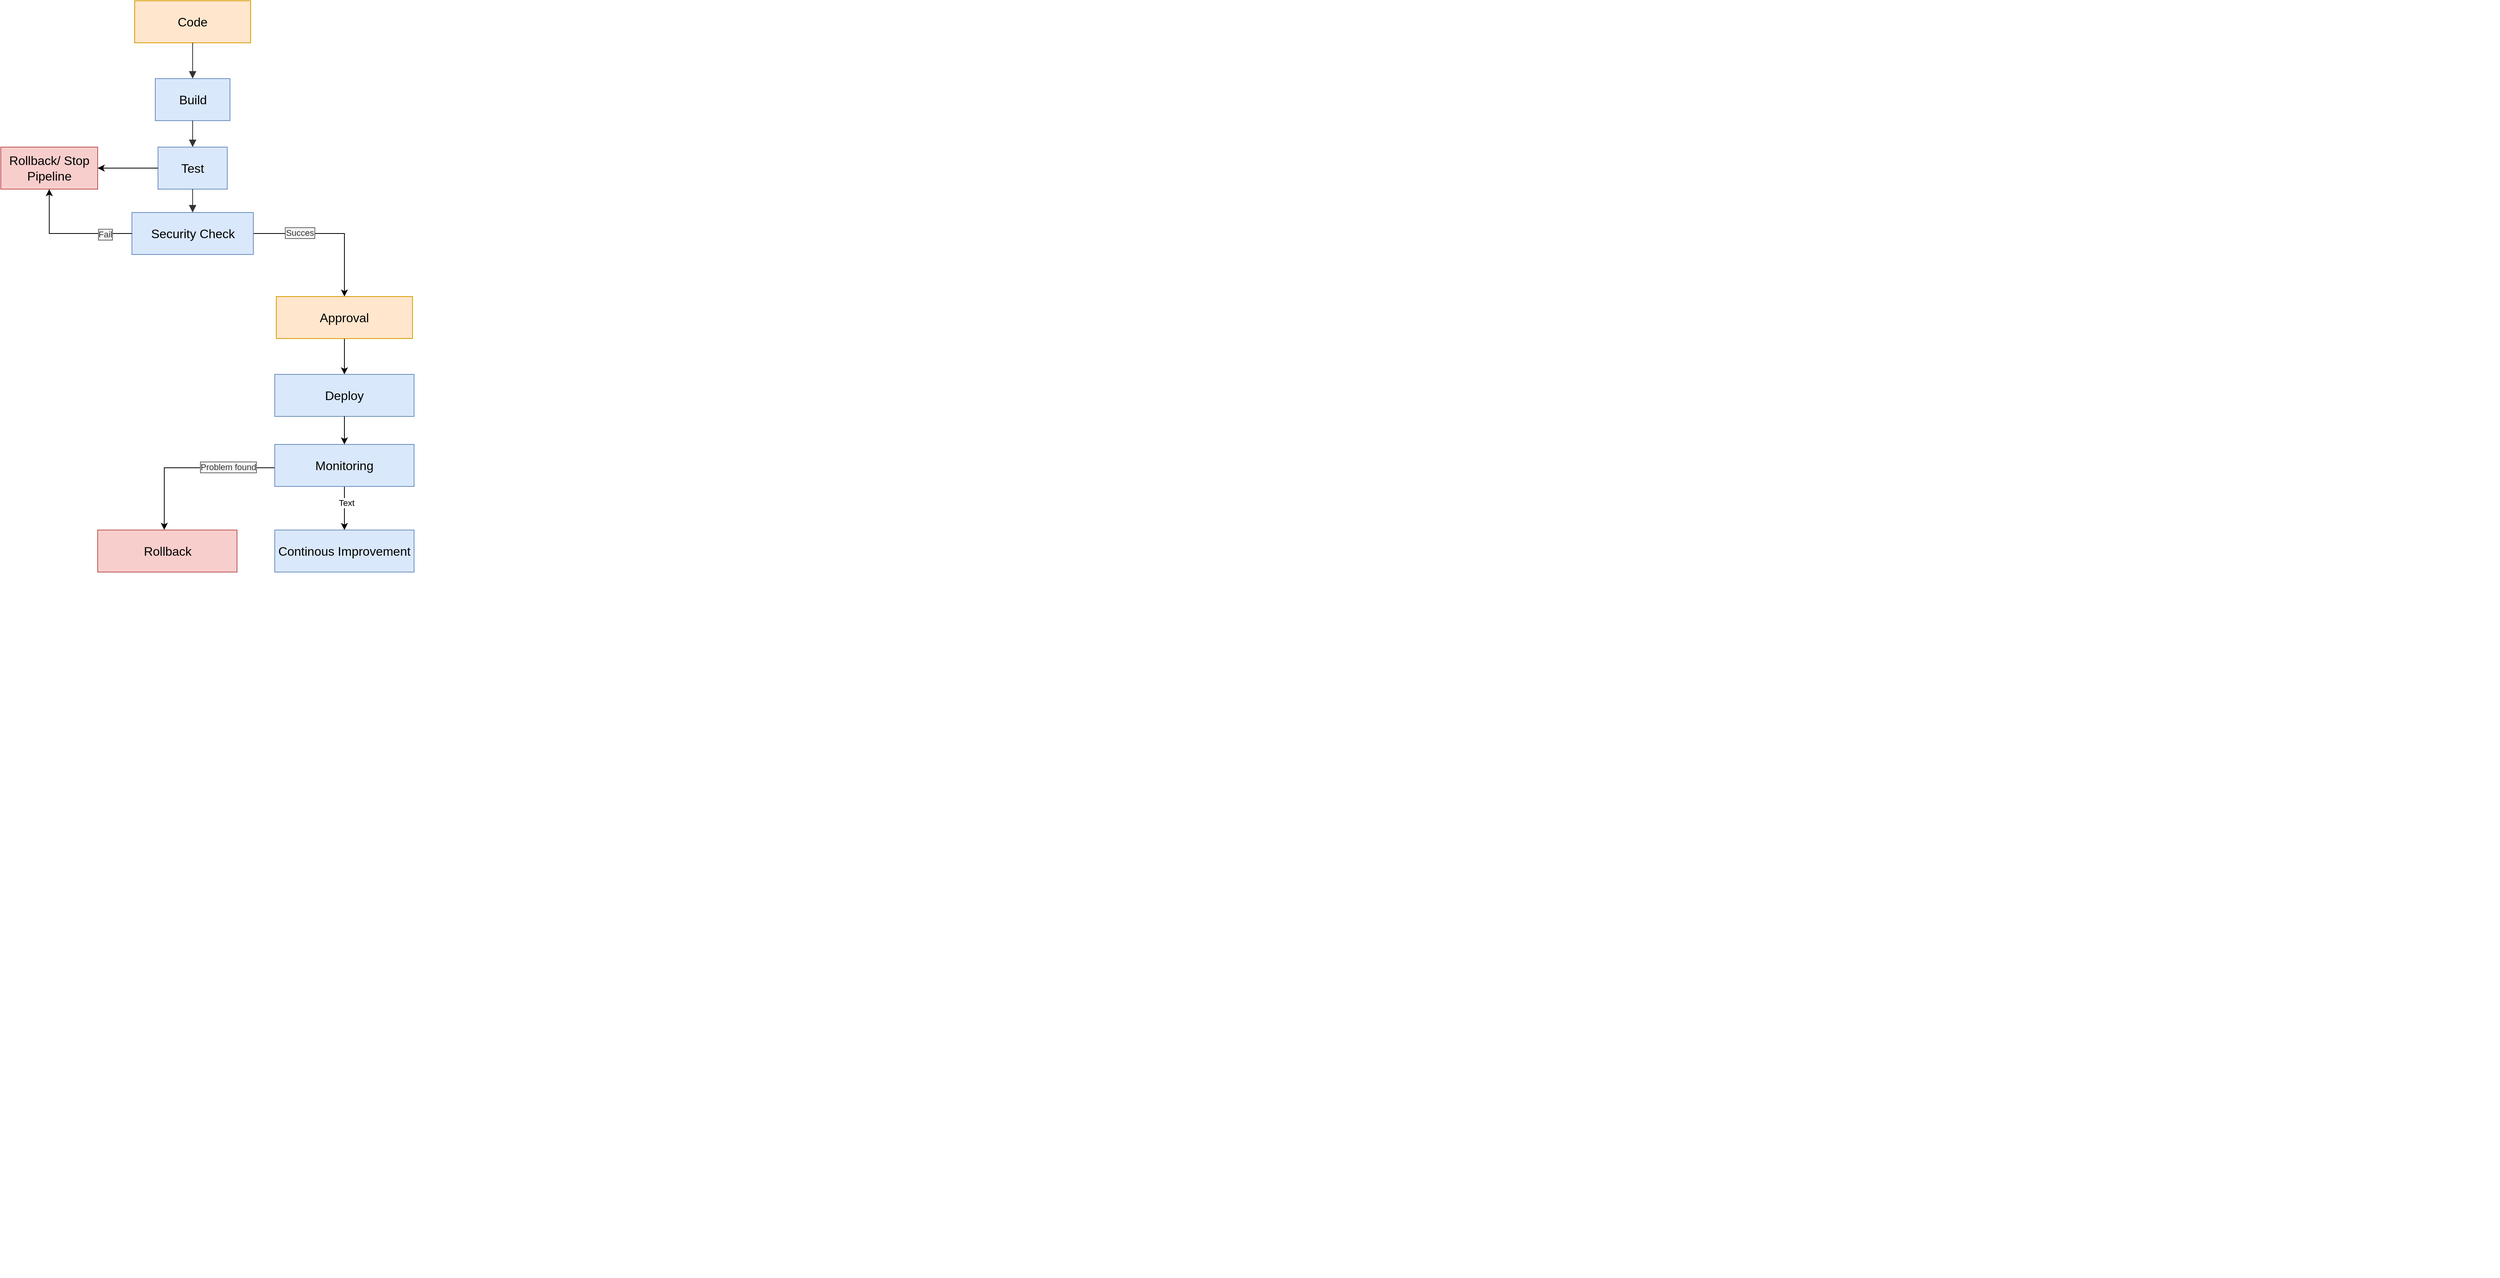
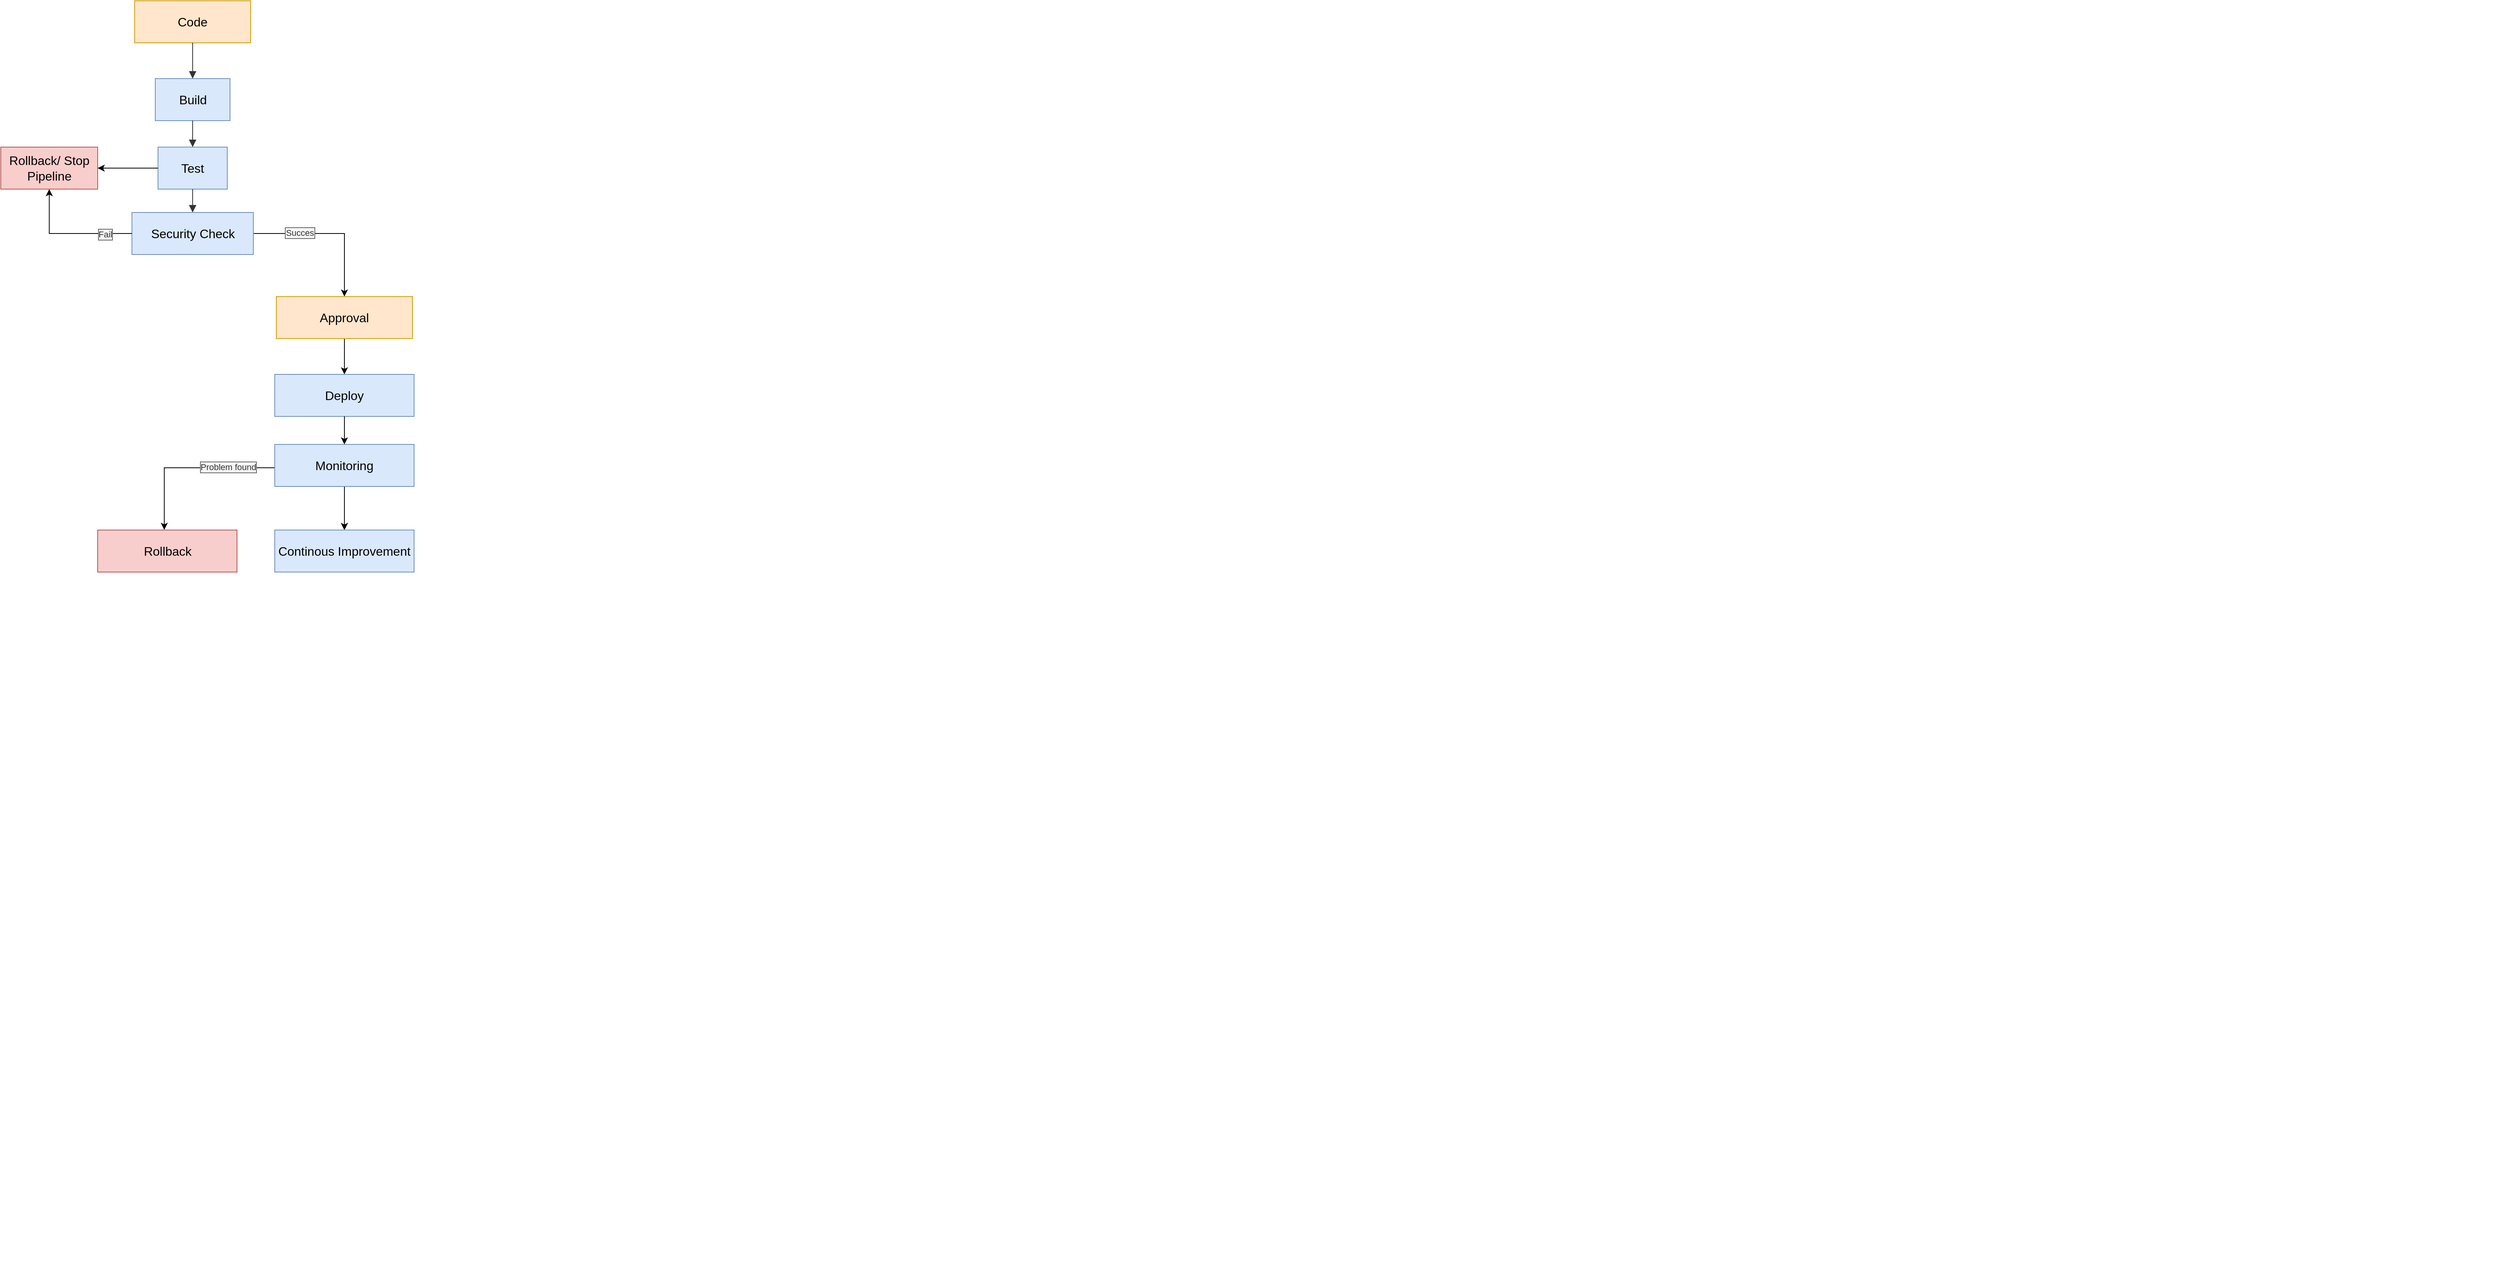
<mxfile host="app.diagrams.net">
  <diagram name="Pagina-1" id="oapMXDbkCNPWpY9KK1aS">
    <mxGraphModel dx="4921" dy="3294" grid="1" gridSize="10" guides="1" tooltips="1" connect="1" arrows="1" fold="1" page="1" pageScale="1" pageWidth="1169" pageHeight="827" math="0" shadow="0">
      <root>
        <mxCell id="0" />
        <mxCell id="1" parent="0" />
        <UserObject label="" mermaidData="{&#xa;  &quot;data&quot;: &quot;flowchart LR\n  A[Source Code] --&gt; B[Build]\n  B --&gt; C[Test]\n  C --&gt; D[Security Scan]\n  D --&gt; E[Deploy to Staging]\n  E --&gt; F[Integration Tests]\n  F --&gt; G[Deploy to Production]&quot;,&#xa;  &quot;config&quot;: null&#xa;}" id="15">
          <mxCell connectable="0" parent="1" style="group;transparentBounds=1;editIcon=1;lockedGroup=0;groupPadding=20;" vertex="1">
            <mxGeometry as="geometry" />
          </mxCell>
        </UserObject>
        <UserObject label="Code" mermaidId="n:A" mermaidBaseStyle="html=1;whiteSpace=wrap;strokeWidth=1;fillColor=light-dark(#ECECFF,#1f2020);strokeColor=light-dark(#9370DB,#cccccc);fontColor=light-dark(#333333,#cccccc);fontFamily=Trebuchet MS,Verdana,Arial,sans-serif;fontSize=16;" mermaidBaseValue="Source Code" id="2">
          <mxCell parent="15" style="html=1;whiteSpace=wrap;strokeWidth=1;fillColor=#ffe6cc;strokeColor=#d79b00;fontFamily=Trebuchet MS,Verdana,Arial,sans-serif;fontSize=16;" vertex="1">
            <mxGeometry height="54" width="149" x="-3038" y="-1640" as="geometry" />
          </mxCell>
        </UserObject>
        <UserObject label="Build" mermaidId="n:B" mermaidBaseStyle="html=1;whiteSpace=wrap;strokeWidth=1;fillColor=light-dark(#ECECFF,#1f2020);strokeColor=light-dark(#9370DB,#cccccc);fontColor=light-dark(#333333,#cccccc);fontFamily=Trebuchet MS,Verdana,Arial,sans-serif;fontSize=16;" mermaidBaseValue="Build" id="3">
          <mxCell parent="15" style="html=1;whiteSpace=wrap;strokeWidth=1;fillColor=#dae8fc;strokeColor=#6c8ebf;fontFamily=Trebuchet MS,Verdana,Arial,sans-serif;fontSize=16;" vertex="1">
            <mxGeometry height="54" width="96" x="-3011.5" y="-1540" as="geometry" />
          </mxCell>
        </UserObject>
        <UserObject label="Test" mermaidId="n:C" mermaidBaseStyle="html=1;whiteSpace=wrap;strokeWidth=1;fillColor=light-dark(#ECECFF,#1f2020);strokeColor=light-dark(#9370DB,#cccccc);fontColor=light-dark(#333333,#cccccc);fontFamily=Trebuchet MS,Verdana,Arial,sans-serif;fontSize=16;" mermaidBaseValue="Test" id="4">
          <mxCell parent="15" style="html=1;whiteSpace=wrap;strokeWidth=1;fillColor=#dae8fc;strokeColor=#6c8ebf;fontFamily=Trebuchet MS,Verdana,Arial,sans-serif;fontSize=16;" vertex="1">
            <mxGeometry height="54" width="89" x="-3008" y="-1452" as="geometry" />
          </mxCell>
        </UserObject>
        <mxCell id="eRVFU9hIBbh1x9-h-B_j-20" edge="1" parent="15" source="5" style="edgeStyle=orthogonalEdgeStyle;rounded=0;orthogonalLoop=1;jettySize=auto;html=1;entryX=0.5;entryY=0;entryDx=0;entryDy=0;" target="6" value="">
          <mxGeometry relative="1" as="geometry" />
        </mxCell>
        <mxCell id="eRVFU9hIBbh1x9-h-B_j-21" connectable="0" parent="eRVFU9hIBbh1x9-h-B_j-20" style="edgeLabel;html=1;align=center;verticalAlign=middle;resizable=0;points=[];labelBackgroundColor=#f5f5f5;fontColor=#333333;labelBorderColor=#666666;" value="Succes" vertex="1">
          <mxGeometry relative="1" x="-0.4044" y="1" as="geometry">
            <mxPoint as="offset" />
          </mxGeometry>
        </mxCell>
        <UserObject label="Security Check" mermaidId="n:D" mermaidBaseStyle="html=1;whiteSpace=wrap;strokeWidth=1;fillColor=light-dark(#ECECFF,#1f2020);strokeColor=light-dark(#9370DB,#cccccc);fontColor=light-dark(#333333,#cccccc);fontFamily=Trebuchet MS,Verdana,Arial,sans-serif;fontSize=16;" mermaidBaseValue="Security Scan" id="5">
          <mxCell parent="15" style="html=1;whiteSpace=wrap;strokeWidth=1;fillColor=#dae8fc;strokeColor=#6c8ebf;fontFamily=Trebuchet MS,Verdana,Arial,sans-serif;fontSize=16;" vertex="1">
            <mxGeometry height="54" width="156" x="-3041.5" y="-1368" as="geometry" />
          </mxCell>
        </UserObject>
        <mxCell id="eRVFU9hIBbh1x9-h-B_j-24" edge="1" parent="15" source="6" style="edgeStyle=orthogonalEdgeStyle;rounded=0;orthogonalLoop=1;jettySize=auto;html=1;entryX=0.5;entryY=0;entryDx=0;entryDy=0;" target="7">
          <mxGeometry relative="1" as="geometry" />
        </mxCell>
        <UserObject label="Approval" mermaidId="n:E" mermaidBaseStyle="html=1;whiteSpace=wrap;strokeWidth=1;fillColor=light-dark(#ECECFF,#1f2020);strokeColor=light-dark(#9370DB,#cccccc);fontColor=light-dark(#333333,#cccccc);fontFamily=Trebuchet MS,Verdana,Arial,sans-serif;fontSize=16;" mermaidBaseValue="Deploy to Staging" id="6">
          <mxCell parent="15" style="html=1;whiteSpace=wrap;strokeWidth=1;fillColor=#ffe6cc;strokeColor=#d79b00;fontFamily=Trebuchet MS,Verdana,Arial,sans-serif;fontSize=16;" vertex="1">
            <mxGeometry height="54" width="175" x="-2856" y="-1260" as="geometry" />
          </mxCell>
        </UserObject>
        <UserObject label="Deploy" mermaidId="n:F" mermaidBaseStyle="html=1;whiteSpace=wrap;strokeWidth=1;fillColor=light-dark(#ECECFF,#1f2020);strokeColor=light-dark(#9370DB,#cccccc);fontColor=light-dark(#333333,#cccccc);fontFamily=Trebuchet MS,Verdana,Arial,sans-serif;fontSize=16;" mermaidBaseValue="Integration Tests" id="7">
          <mxCell parent="15" style="html=1;whiteSpace=wrap;strokeWidth=1;fillColor=#dae8fc;strokeColor=#6c8ebf;fontFamily=Trebuchet MS,Verdana,Arial,sans-serif;fontSize=16;" vertex="1">
            <mxGeometry height="54" width="179" x="-2858" y="-1160" as="geometry" />
          </mxCell>
        </UserObject>
        <UserObject label="" mermaidId="e:A-&gt;B#0" mermaidBaseStyle="curved=1;startArrow=none;endArrow=block;endSize=7;strokeColor=light-dark(#333333,#cccccc);exitX=1;exitY=0.5;entryX=0;entryY=0.5;" mermaidBaseValue="" id="9">
          <mxCell edge="1" parent="15" source="2" style="curved=0;startArrow=none;endArrow=block;endSize=7;strokeColor=light-dark(#333333,#cccccc);rounded=1;exitX=0.5;exitY=1;entryX=0.5;entryY=0;edgeStyle=orthogonalEdgeStyle;" target="3">
            <mxGeometry relative="1" as="geometry">
              <Array as="points">
                <mxPoint x="-2963.5" y="-1551" />
              </Array>
            </mxGeometry>
          </mxCell>
        </UserObject>
        <UserObject label="" mermaidId="e:B-&gt;C#0" mermaidBaseStyle="curved=1;startArrow=none;endArrow=block;endSize=7;strokeColor=light-dark(#333333,#cccccc);exitX=1;exitY=0.5;entryX=0;entryY=0.5;" mermaidBaseValue="" id="10">
          <mxCell edge="1" parent="15" source="3" style="curved=0;startArrow=none;endArrow=block;endSize=7;strokeColor=light-dark(#333333,#cccccc);rounded=1;exitX=0.5;exitY=1;entryX=0.5;entryY=0;edgeStyle=orthogonalEdgeStyle;" target="4">
            <mxGeometry relative="1" as="geometry">
              <Array as="points">
                <mxPoint x="-2963.5" y="-1467" />
              </Array>
            </mxGeometry>
          </mxCell>
        </UserObject>
        <UserObject label="" mermaidId="e:C-&gt;D#0" mermaidBaseStyle="curved=1;startArrow=none;endArrow=block;endSize=7;strokeColor=light-dark(#333333,#cccccc);exitX=1;exitY=0.5;entryX=0;entryY=0.5;" mermaidBaseValue="" id="11">
          <mxCell edge="1" parent="15" source="4" style="curved=0;startArrow=none;endArrow=block;endSize=7;strokeColor=light-dark(#333333,#cccccc);rounded=1;exitX=0.5;exitY=1;entryX=0.5;entryY=0;edgeStyle=orthogonalEdgeStyle;" target="5">
            <mxGeometry relative="1" as="geometry">
              <Array as="points">
                <mxPoint x="-2963.5" y="-1383" />
              </Array>
            </mxGeometry>
          </mxCell>
        </UserObject>
        <UserObject label="Rollback/ Stop Pipeline" mermaidId="n:C" mermaidBaseStyle="html=1;whiteSpace=wrap;strokeWidth=1;fillColor=light-dark(#ECECFF,#1f2020);strokeColor=light-dark(#9370DB,#cccccc);fontColor=light-dark(#333333,#cccccc);fontFamily=Trebuchet MS,Verdana,Arial,sans-serif;fontSize=16;" mermaidBaseValue="Test" id="eRVFU9hIBbh1x9-h-B_j-16">
          <mxCell parent="1" style="html=1;whiteSpace=wrap;strokeWidth=1;fillColor=#f8cecc;strokeColor=#b85450;fontFamily=Trebuchet MS,Verdana,Arial,sans-serif;fontSize=16;" vertex="1">
            <mxGeometry height="54" width="124.5" x="-3210" y="-1452" as="geometry" />
          </mxCell>
        </UserObject>
        <mxCell id="eRVFU9hIBbh1x9-h-B_j-17" edge="1" parent="1" source="5" style="edgeStyle=orthogonalEdgeStyle;rounded=0;orthogonalLoop=1;jettySize=auto;html=1;entryX=0.5;entryY=1;entryDx=0;entryDy=0;" target="eRVFU9hIBbh1x9-h-B_j-16">
          <mxGeometry relative="1" as="geometry" />
        </mxCell>
        <mxCell id="eRVFU9hIBbh1x9-h-B_j-23" connectable="0" parent="eRVFU9hIBbh1x9-h-B_j-17" style="edgeLabel;html=1;align=center;verticalAlign=middle;resizable=0;points=[];labelBackgroundColor=#f5f5f5;fontColor=#333333;labelBorderColor=#666666;" value="Fail" vertex="1">
          <mxGeometry relative="1" x="-0.5748" y="1" as="geometry">
            <mxPoint as="offset" />
          </mxGeometry>
        </mxCell>
        <mxCell id="yu_XQUHAQQwDre8_7aJG-18" edge="1" parent="1" source="eRVFU9hIBbh1x9-h-B_j-25" style="edgeStyle=orthogonalEdgeStyle;rounded=0;orthogonalLoop=1;jettySize=auto;html=1;entryX=0.478;entryY=-0.005;entryDx=0;entryDy=0;entryPerimeter=0;" target="yu_XQUHAQQwDre8_7aJG-16">
          <mxGeometry relative="1" as="geometry">
            <Array as="points">
              <mxPoint x="-3000" y="-1040" />
            </Array>
          </mxGeometry>
        </mxCell>
        <mxCell id="yu_XQUHAQQwDre8_7aJG-22" connectable="0" parent="yu_XQUHAQQwDre8_7aJG-18" style="edgeLabel;html=1;align=center;verticalAlign=middle;resizable=0;points=[];labelBackgroundColor=#f5f5f5;fontColor=#333333;labelBorderColor=#666666;" value="Problem found" vertex="1">
          <mxGeometry relative="1" x="-0.457" y="-1" as="geometry">
            <mxPoint as="offset" />
          </mxGeometry>
        </mxCell>
        <mxCell id="yu_XQUHAQQwDre8_7aJG-24" edge="1" parent="1" source="eRVFU9hIBbh1x9-h-B_j-25" style="edgeStyle=orthogonalEdgeStyle;rounded=0;orthogonalLoop=1;jettySize=auto;html=1;entryX=0.5;entryY=0;entryDx=0;entryDy=0;" target="yu_XQUHAQQwDre8_7aJG-23">
          <mxGeometry relative="1" as="geometry" />
        </mxCell>
-         <mxCell id="yu_XQUHAQQwDre8_7aJG-25" connectable="0" parent="yu_XQUHAQQwDre8_7aJG-24" style="edgeLabel;html=1;align=center;verticalAlign=middle;resizable=0;points=[];" value="Text" vertex="1">
-           <mxGeometry relative="1" x="-0.25" y="2" as="geometry">
-             <mxPoint as="offset" />
-           </mxGeometry>
+         <mxCell id="yu_XQUHAQQwDre8_7aJG-26" edge="1" parent="1" source="eRVFU9hIBbh1x9-h-B_j-25" style="edgeStyle=orthogonalEdgeStyle;rounded=0;orthogonalLoop=1;jettySize=auto;html=1;" target="yu_XQUHAQQwDre8_7aJG-23" value="">
+           <mxGeometry relative="1" as="geometry" />
        </mxCell>
        <UserObject label="Monitoring" mermaidId="n:F" mermaidBaseStyle="html=1;whiteSpace=wrap;strokeWidth=1;fillColor=light-dark(#ECECFF,#1f2020);strokeColor=light-dark(#9370DB,#cccccc);fontColor=light-dark(#333333,#cccccc);fontFamily=Trebuchet MS,Verdana,Arial,sans-serif;fontSize=16;" mermaidBaseValue="Integration Tests" id="eRVFU9hIBbh1x9-h-B_j-25">
          <mxCell parent="1" style="html=1;whiteSpace=wrap;strokeWidth=1;fillColor=#dae8fc;strokeColor=#6c8ebf;fontFamily=Trebuchet MS,Verdana,Arial,sans-serif;fontSize=16;" vertex="1">
            <mxGeometry height="54" width="179" x="-2858" y="-1070" as="geometry" />
          </mxCell>
        </UserObject>
        <UserObject label="Rollback" mermaidId="n:F" mermaidBaseStyle="html=1;whiteSpace=wrap;strokeWidth=1;fillColor=light-dark(#ECECFF,#1f2020);strokeColor=light-dark(#9370DB,#cccccc);fontColor=light-dark(#333333,#cccccc);fontFamily=Trebuchet MS,Verdana,Arial,sans-serif;fontSize=16;" mermaidBaseValue="Integration Tests" id="yu_XQUHAQQwDre8_7aJG-16">
          <mxCell parent="1" style="html=1;whiteSpace=wrap;strokeWidth=1;fillColor=#f8cecc;strokeColor=#b85450;fontFamily=Trebuchet MS,Verdana,Arial,sans-serif;fontSize=16;" vertex="1">
            <mxGeometry height="54" width="179" x="-3085.5" y="-960" as="geometry" />
          </mxCell>
        </UserObject>
        <mxCell id="yu_XQUHAQQwDre8_7aJG-17" edge="1" parent="1" source="7" style="edgeStyle=orthogonalEdgeStyle;rounded=0;orthogonalLoop=1;jettySize=auto;html=1;entryX=0.5;entryY=0;entryDx=0;entryDy=0;" target="eRVFU9hIBbh1x9-h-B_j-25">
          <mxGeometry relative="1" as="geometry" />
        </mxCell>
        <mxCell id="yu_XQUHAQQwDre8_7aJG-21" edge="1" parent="1" source="4" style="edgeStyle=orthogonalEdgeStyle;rounded=0;orthogonalLoop=1;jettySize=auto;html=1;entryX=1;entryY=0.5;entryDx=0;entryDy=0;" target="eRVFU9hIBbh1x9-h-B_j-16">
          <mxGeometry relative="1" as="geometry" />
        </mxCell>
        <UserObject label="Continous Improvement" mermaidId="n:F" mermaidBaseStyle="html=1;whiteSpace=wrap;strokeWidth=1;fillColor=light-dark(#ECECFF,#1f2020);strokeColor=light-dark(#9370DB,#cccccc);fontColor=light-dark(#333333,#cccccc);fontFamily=Trebuchet MS,Verdana,Arial,sans-serif;fontSize=16;" mermaidBaseValue="Integration Tests" id="yu_XQUHAQQwDre8_7aJG-23">
          <mxCell parent="1" style="html=1;whiteSpace=wrap;strokeWidth=1;fillColor=#dae8fc;strokeColor=#6c8ebf;fontFamily=Trebuchet MS,Verdana,Arial,sans-serif;fontSize=16;" vertex="1">
            <mxGeometry height="54" width="179" x="-2858" y="-960" as="geometry" />
          </mxCell>
        </UserObject>
      </root>
    </mxGraphModel>
  </diagram>
</mxfile>
